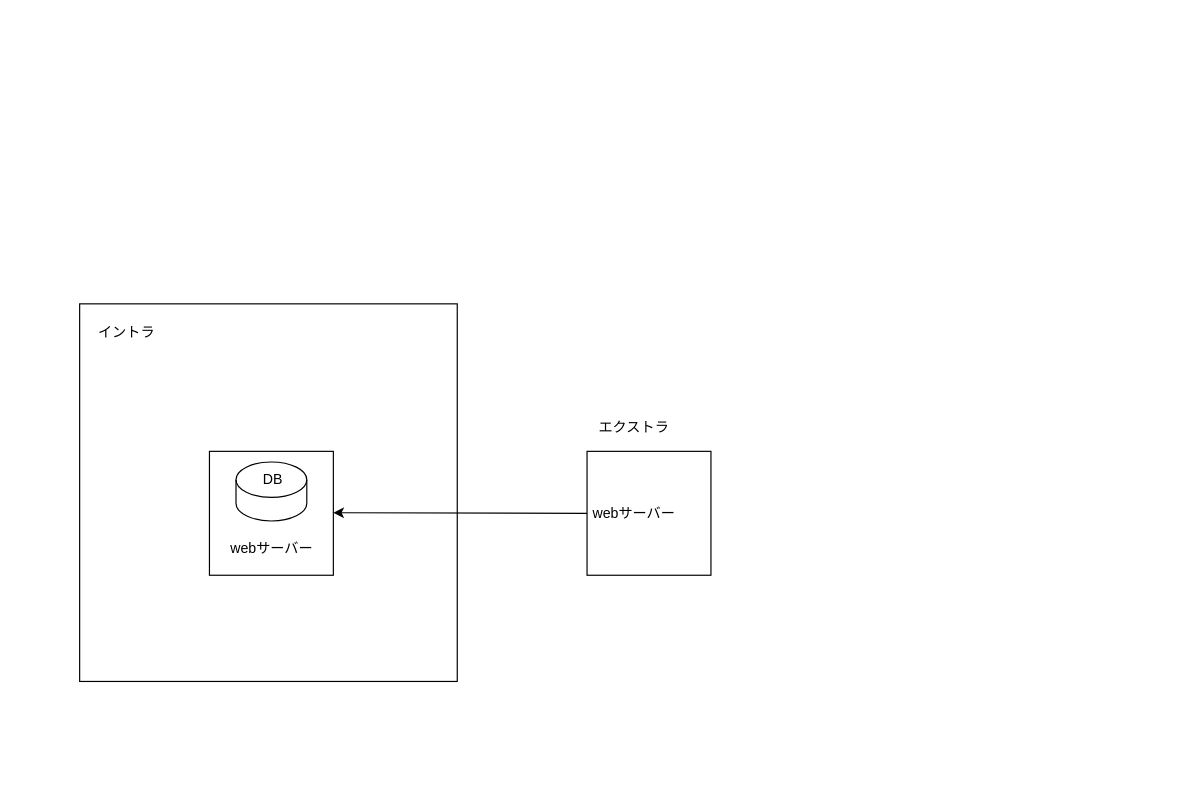
Before: feob構成図.drawio in bug98/diagrams, a draw.io diagram. Source tidied: cells renumbered, new cells numbered last; positions are measured from the earlier drawing's top-left corner, leaving out a move shared by most shapes. Both pictures are drawn from the tidied source at 118%, with x=0, y=0 at pixel (79, 303). Pictures stored in the file or linked from it are replaced by grey dashed boxes.
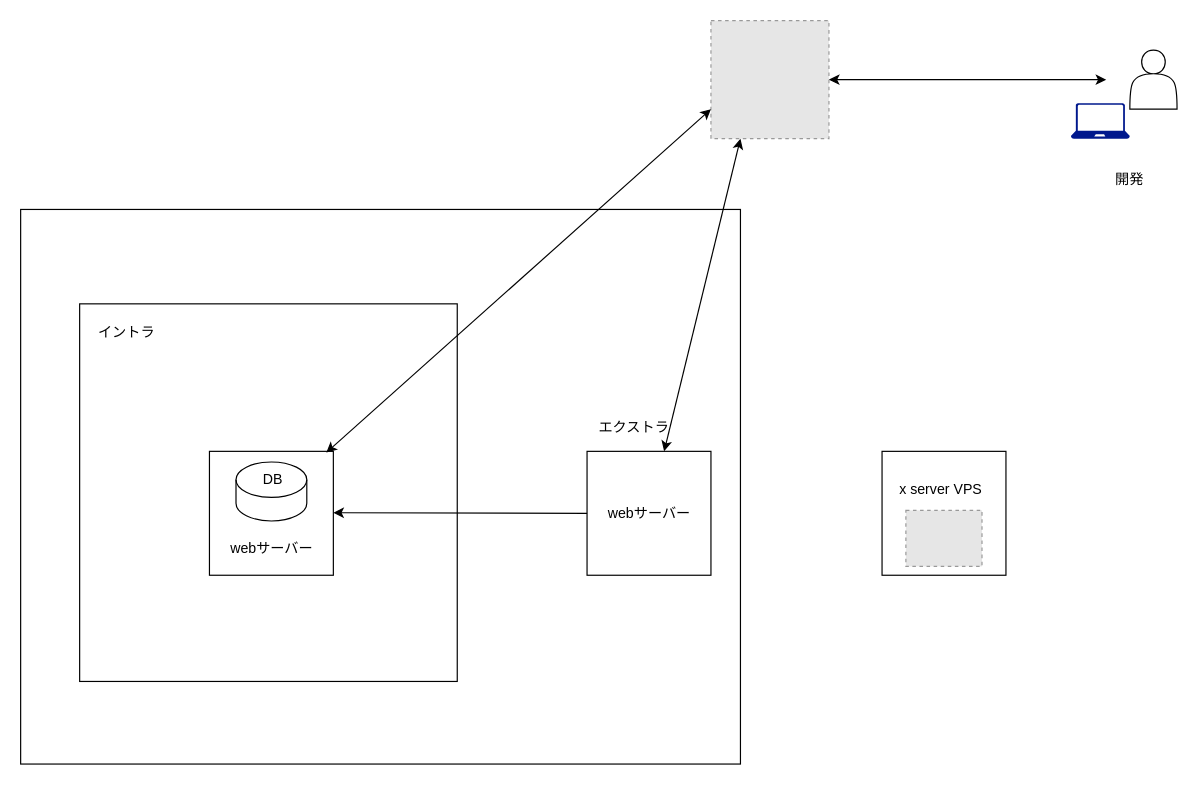
Above is the later version.

Commit message (it also covers changes not shown here):
feob構成図.drawio を更新します

Unchanged cells that the change refers to:
```xml
<mxCell id="3" style="whiteSpace=wrap;html=1;" parent="1" vertex="1">
  <mxGeometry x="110" y="125" width="105" height="105" as="geometry" />
</mxCell>
<mxCell id="5" style="whiteSpace=wrap;html=1;" parent="1" vertex="1">
  <mxGeometry x="430" y="125" width="105" height="105" as="geometry" />
</mxCell>
```

What changed in the source:
```diff
@@
+    <mxCell id="12" style="whiteSpace=wrap;html=1;" parent="1" vertex="1">
+      <mxGeometry x="680" y="125" width="105" height="105" as="geometry" />
+    </mxCell>
+    <mxCell id="9" value="x server VPS" style="text;strokeColor=none;align=center;fillColor=none;html=1;verticalAlign=middle;whiteSpace=wrap;rounded=0;" parent="1" vertex="1">
+      <mxGeometry x="690" y="142.5" width="80" height="30" as="geometry" />
+    </mxCell>
+    <mxCell id="13" style="rounded=0;whiteSpace=wrap;html=1;" parent="1" vertex="1">
+      <mxGeometry x="-50" y="-80" width="610" height="470" as="geometry" />
+    </mxCell>
@@
-    <mxCell id="9" value="webサーバー" style="text;strokeColor=none;align=center;fillColor=none;html=1;verticalAlign=middle;whiteSpace=wrap;rounded=0;" parent="1" vertex="1">
-      <mxGeometry x="430" y="162.5" width="80" height="30" as="geometry" />
-    </mxCell>
@@
+    <mxCell id="14" style="fillColor=#E6E6E6;strokeColor=#999999;dashed=1;verticalLabelPosition=bottom;labelBackgroundColor=default;verticalAlign=top;" parent="1" vertex="1">
+      <mxGeometry x="535" y="-240" width="100" height="100" as="geometry" />
+    </mxCell>
+    <mxCell id="15" value="webサーバー" style="text;strokeColor=none;align=center;fillColor=none;html=1;verticalAlign=middle;whiteSpace=wrap;rounded=0;" parent="1" vertex="1">
+      <mxGeometry x="442.5" y="162.5" width="80" height="30" as="geometry" />
+    </mxCell>
+    <mxCell id="16" style="fillColor=#E6E6E6;strokeColor=#999999;dashed=1;verticalLabelPosition=bottom;labelBackgroundColor=default;verticalAlign=top;" parent="1" vertex="1">
+      <mxGeometry x="700.2" y="175" width="64.5" height="47.5" as="geometry" />
+    </mxCell>
+    <mxCell id="17" style="endArrow=classic;startArrow=classic;html=1;rounded=0;exitX=0.943;exitY=0.01;exitDx=0;exitDy=0;exitPerimeter=0;entryX=0;entryY=0.75;entryDx=0;entryDy=0;" parent="1" edge="1" source="3" target="14">
+      <mxGeometry relative="1" as="geometry" />
+    </mxCell>
+    <mxCell id="18" style="endArrow=classic;startArrow=classic;html=1;rounded=0;entryX=0.25;entryY=1;entryDx=0;entryDy=0;" parent="1" edge="1" source="5" target="14">
+      <mxGeometry relative="1" as="geometry" />
+    </mxCell>
+    <mxCell id="19" style="shape=actor;whiteSpace=wrap;html=1;" parent="1" vertex="1">
+      <mxGeometry x="890" y="-215" width="40" height="50" as="geometry" />
+    </mxCell>
+    <mxCell id="20" style="endArrow=classic;startArrow=classic;html=1;rounded=0;entryX=1;entryY=0.5;entryDx=0;entryDy=0;" parent="1" edge="1" target="14">
+      <mxGeometry relative="1" as="geometry">
+        <mxPoint x="870" y="-190" as="sourcePoint" />
+      </mxGeometry>
+    </mxCell>
+    <mxCell id="21" style="sketch=0;shadow=0;dashed=0;html=1;strokeColor=none;labelPosition=center;verticalLabelPosition=bottom;verticalAlign=top;align=center;fillColor=#00188D;shape=mxgraph.azure.laptop;" parent="1" vertex="1">
+      <mxGeometry x="840" y="-170" width="50" height="30" as="geometry" />
+    </mxCell>
+    <mxCell id="22" value="開発" style="text;strokeColor=none;align=center;fillColor=none;html=1;verticalAlign=middle;whiteSpace=wrap;rounded=0;" parent="1" vertex="1">
+      <mxGeometry x="850" y="-120" width="80" height="30" as="geometry" />
+    </mxCell>
```
